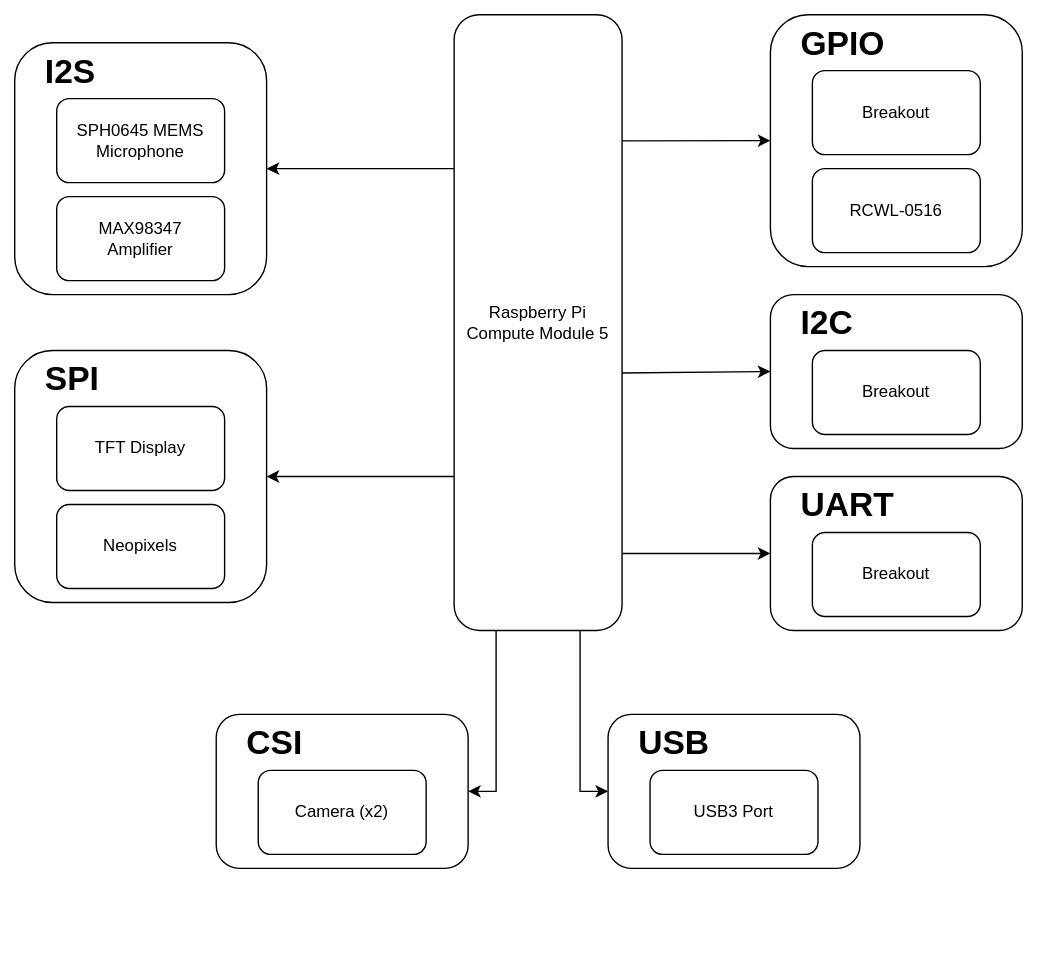
Above: circuits/CM5 Modules.drawio.svg in makerforgetech/modular-biped (draw.io), before the change. Source tidied: cells renumbered, new cells last; positions are measured from the earlier drawing's top-left corner, leaving out a move shared by most shapes.
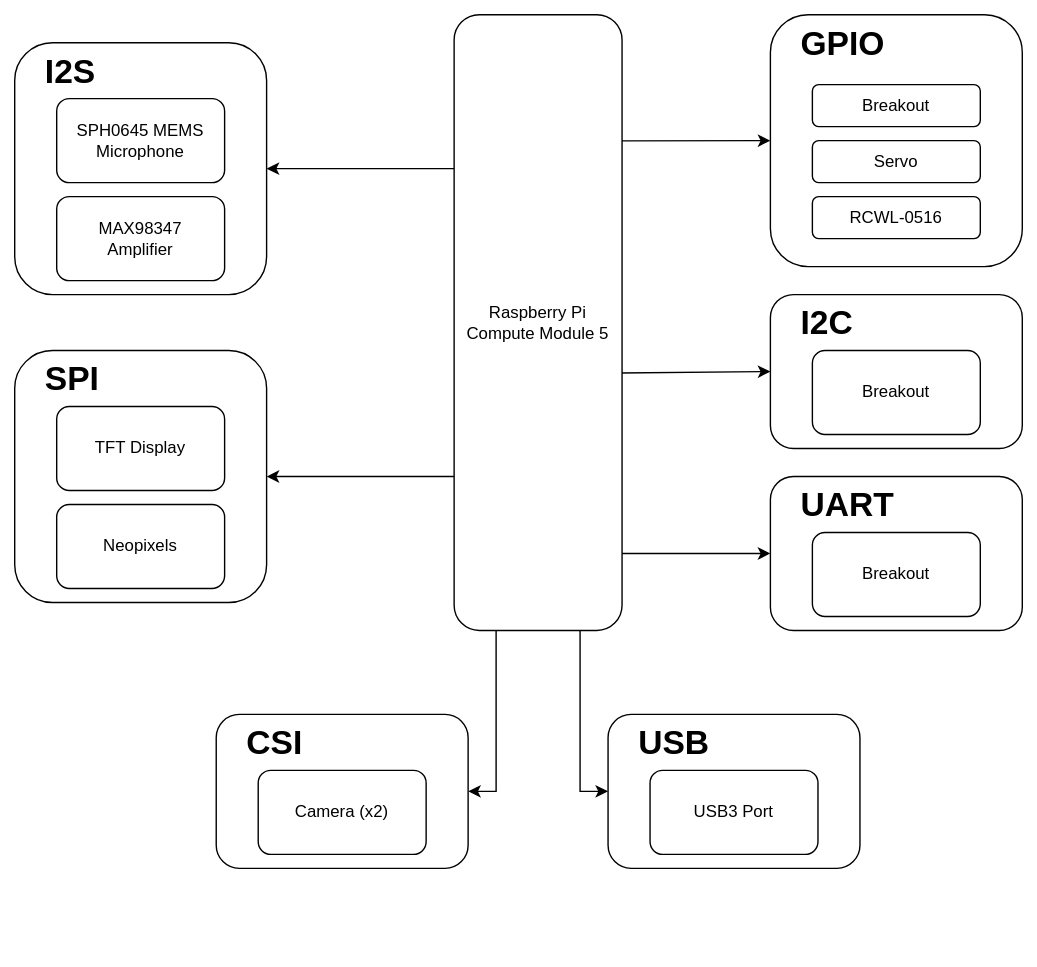
The same diagram one commit later.

Diff of the diagram source:
```diff
@@ -30,10 +30,10 @@
       <mxGeometry x="540" width="180" height="180" as="geometry" />
     </mxCell>
     <mxCell id="11" value="Breakout" style="rounded=1;whiteSpace=wrap;html=1;" parent="1" vertex="1">
-      <mxGeometry x="570" y="40" width="120" height="60" as="geometry" />
+      <mxGeometry x="570" y="50" width="120" height="30" as="geometry" />
     </mxCell>
     <mxCell id="12" value="RCWL-0516" style="rounded=1;whiteSpace=wrap;html=1;" parent="1" vertex="1">
-      <mxGeometry x="570" y="110" width="120" height="60" as="geometry" />
+      <mxGeometry x="570" y="130" width="120" height="30" as="geometry" />
     </mxCell>
     <mxCell id="13" value="&lt;h1 style=&quot;margin-top: 0px;&quot;&gt;&lt;span style=&quot;background-color: initial;&quot;&gt;GPIO&lt;/span&gt;&lt;/h1&gt;" style="text;html=1;whiteSpace=wrap;overflow=hidden;rounded=0;" parent="1" vertex="1">
       <mxGeometry x="560" width="70" height="40" as="geometry" />
@@ -107,5 +107,8 @@
     <mxCell id="36" value="&lt;h1 style=&quot;margin-top: 0px;&quot;&gt;&lt;span style=&quot;background-color: initial;&quot;&gt;USB&lt;/span&gt;&lt;/h1&gt;" style="text;html=1;whiteSpace=wrap;overflow=hidden;rounded=0;" parent="1" vertex="1">
       <mxGeometry x="444" y="500" width="66" height="40" as="geometry" />
     </mxCell>
+    <mxCell id="37" value="Servo" style="rounded=1;whiteSpace=wrap;html=1;" parent="1" vertex="1">
+      <mxGeometry x="570" y="90" width="120" height="30" as="geometry" />
+    </mxCell>
   </root>
 </mxGraphModel>
```
